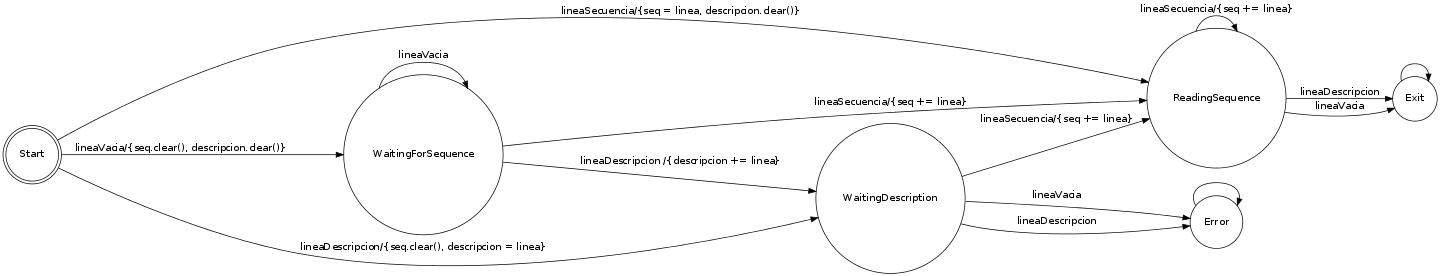
This is doc/FSM.png from fmunoz92/biopp-filer, a Graphviz export, as it was before one commit. Its source is kept beside it as doc/fsm.gv.
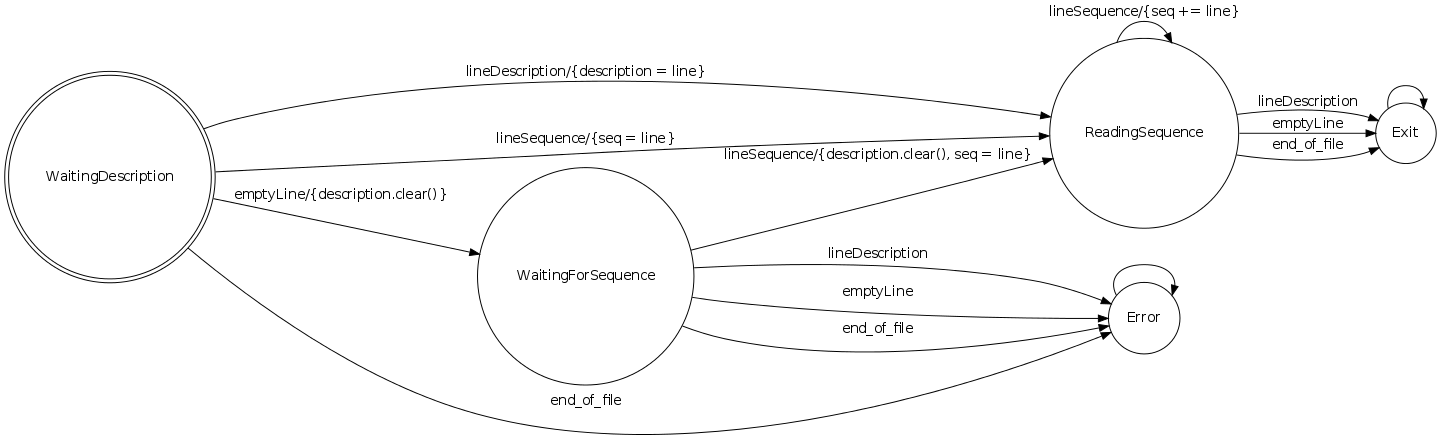
After the change.

What changed in the source:
```diff
@@ -1,24 +1,23 @@
 digraph finite_state_machine {
 	rankdir=LR;
 	size="15"
-	node [shape = doublecircle]; Start;
+	node [shape = doublecircle]; WaitingDescription;
 	node [shape = circle];
 
-    Start -> WaitingForSequence [ label = "lineaVacia/{seq.clear(), descripcion.clear()}" ];
-    Start -> WaitingDescription [ label = "lineaDescripcion/{seq.clear(), descripcion = linea}" ];
-    Start -> ReadingSequence    [ label = "lineaSecuencia/{seq = linea, descripcion.clear()}" ];
+    WaitingDescription -> WaitingForSequence [ label = "emptyLine/{description.clear()}" ];
+	WaitingDescription -> ReadingSequence    [ label = "lineDescription/{description = line}" ];
+	WaitingDescription -> ReadingSequence    [ label = "lineSequence/{seq = line}" ];
+	WaitingDescription -> Error              [ label = "end_of_file" ];
 
-	WaitingForSequence -> ReadingSequence    [ label = "lineaSecuencia/{seq += linea}" ];
-	WaitingForSequence -> WaitingDescription [ label = "lineaDescripcion /{descripcion += linea}" ];
-	WaitingForSequence -> WaitingForSequence [ label = "lineaVacia" ];
+	WaitingForSequence -> ReadingSequence    [ label = "lineSequence/{description.clear(), seq = line}" ];
+	WaitingForSequence -> Error              [ label = "lineDescription" ];
+	WaitingForSequence -> Error              [ label = "emptyLine" ];
+	WaitingForSequence -> Error              [ label = "end_of_file" ];
 
-    WaitingDescription -> Error              [ label = "lineaVacia" ];
-	WaitingDescription -> Error              [ label = "lineaDescripcion" ];
-	WaitingDescription -> ReadingSequence    [ label = "lineaSecuencia/{seq += linea}" ];
-
-	ReadingSequence    -> Exit               [ label = "lineaVacia" ];
-	ReadingSequence    -> Exit               [ label = "lineaDescripcion" ];
-	ReadingSequence    -> ReadingSequence    [ label = "lineaSecuencia/{seq += linea}" ];
+	ReadingSequence    -> Exit               [ label = "emptyLine" ];
+	ReadingSequence    -> Exit               [ label = "end_of_file" ];
+	ReadingSequence    -> ReadingSequence    [ label = "lineSequence/{seq += line}" ];
+    ReadingSequence    -> Exit               [ label = "lineDescription" ];
 
 
     Error-> Error [label = ""]
```
